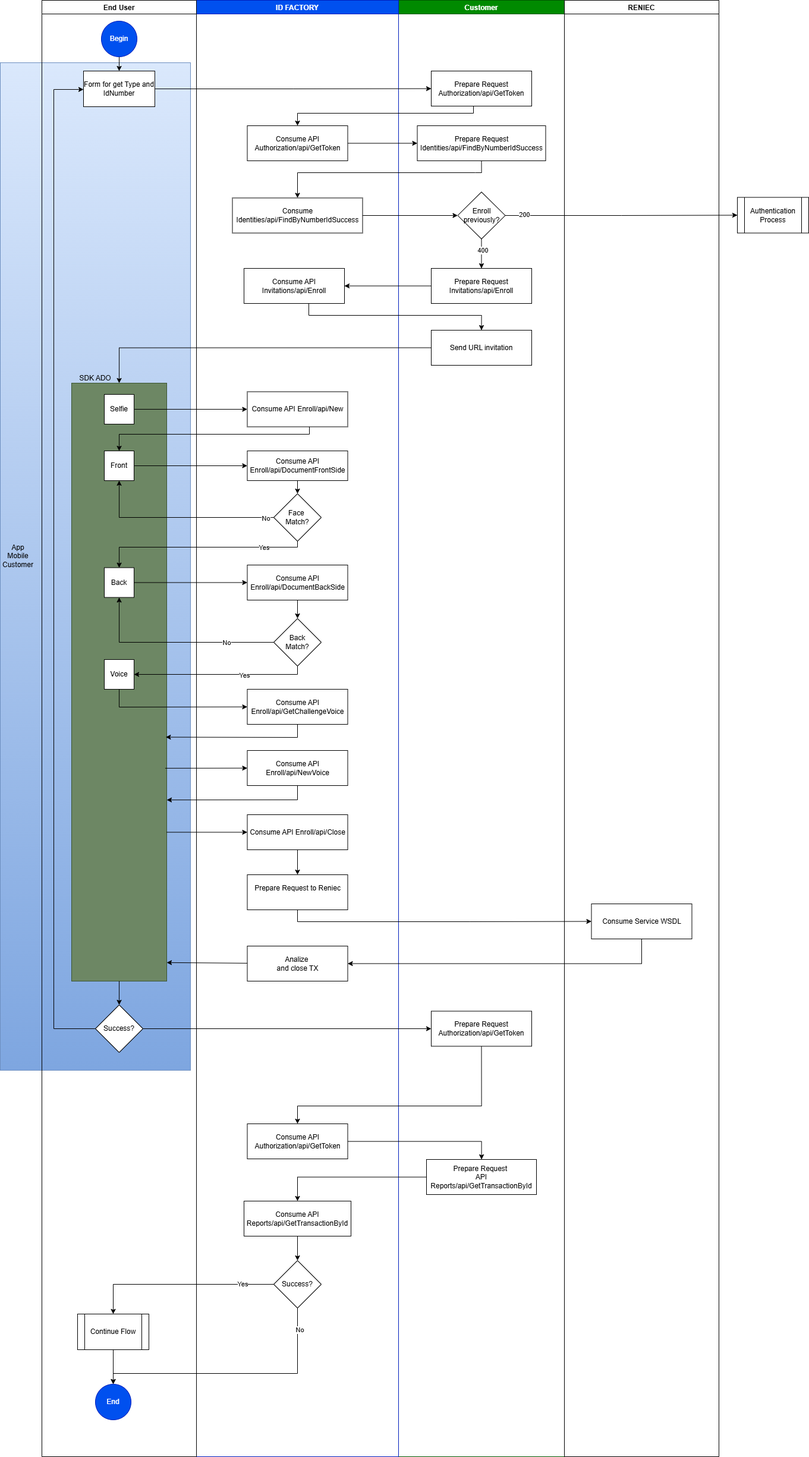
The draw.io diagram V2/imgs/FlujoGeneralEnrollEcuador.png in A3-Enterprise/A3.Frontend.Documentations, before a commit. Source tidied: cells renumbered, new cells last; positions are measured from the earlier drawing's top-left corner, leaving out a move shared by most shapes.
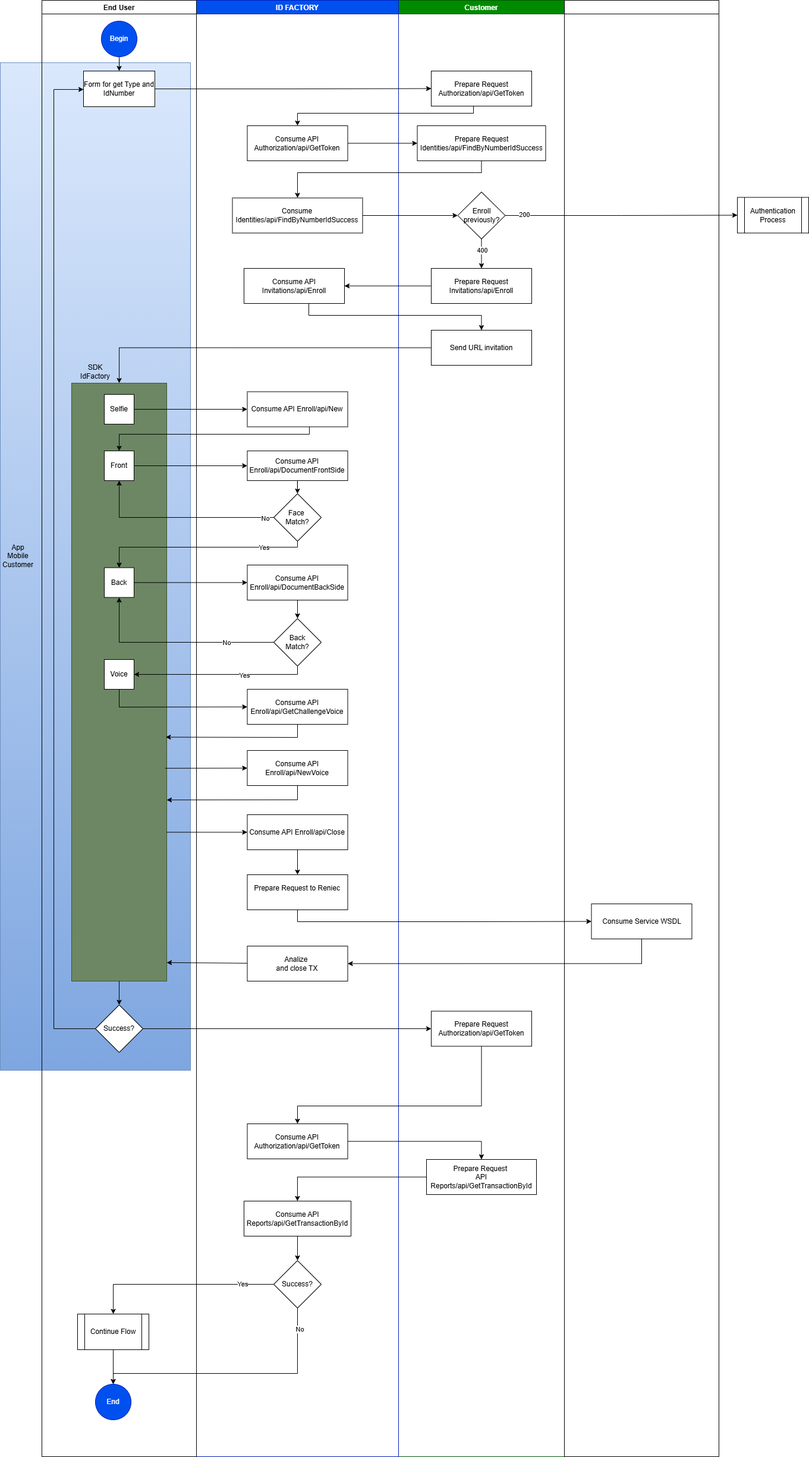
The same diagram one commit later.

Diff of the diagram source:
```diff
@@ -131,8 +131,8 @@
         </Array>
       </mxGeometry>
     </mxCell>
-    <mxCell id="43" value="SDK ADO" style="text;html=1;align=center;verticalAlign=middle;whiteSpace=wrap;rounded=0;" parent="35" vertex="1">
-      <mxGeometry x="60" y="621" width="60" height="30" as="geometry" />
+    <mxCell id="43" value="SDK IdFactory" style="text;html=1;align=center;verticalAlign=middle;whiteSpace=wrap;rounded=0;" parent="35" vertex="1">
+      <mxGeometry x="60" y="610" width="60" height="30" as="geometry" />
     </mxCell>
     <mxCell id="44" value="Continue Flow" style="shape=process;whiteSpace=wrap;html=1;backgroundOutline=1;" parent="35" vertex="1">
       <mxGeometry x="60" y="2210" width="120" height="60" as="geometry" />
@@ -163,7 +163,7 @@
         </Array>
       </mxGeometry>
     </mxCell>
-    <mxCell id="52" value="RENIEC" style="swimlane;" parent="1" vertex="1">
+    <mxCell id="52" style="swimlane;" parent="1" vertex="1">
       <mxGeometry x="949" width="260" height="2450" as="geometry" />
     </mxCell>
     <mxCell id="53" value="Consume Service WSDL" style="rounded=0;whiteSpace=wrap;html=1;" parent="52" vertex="1">
```
